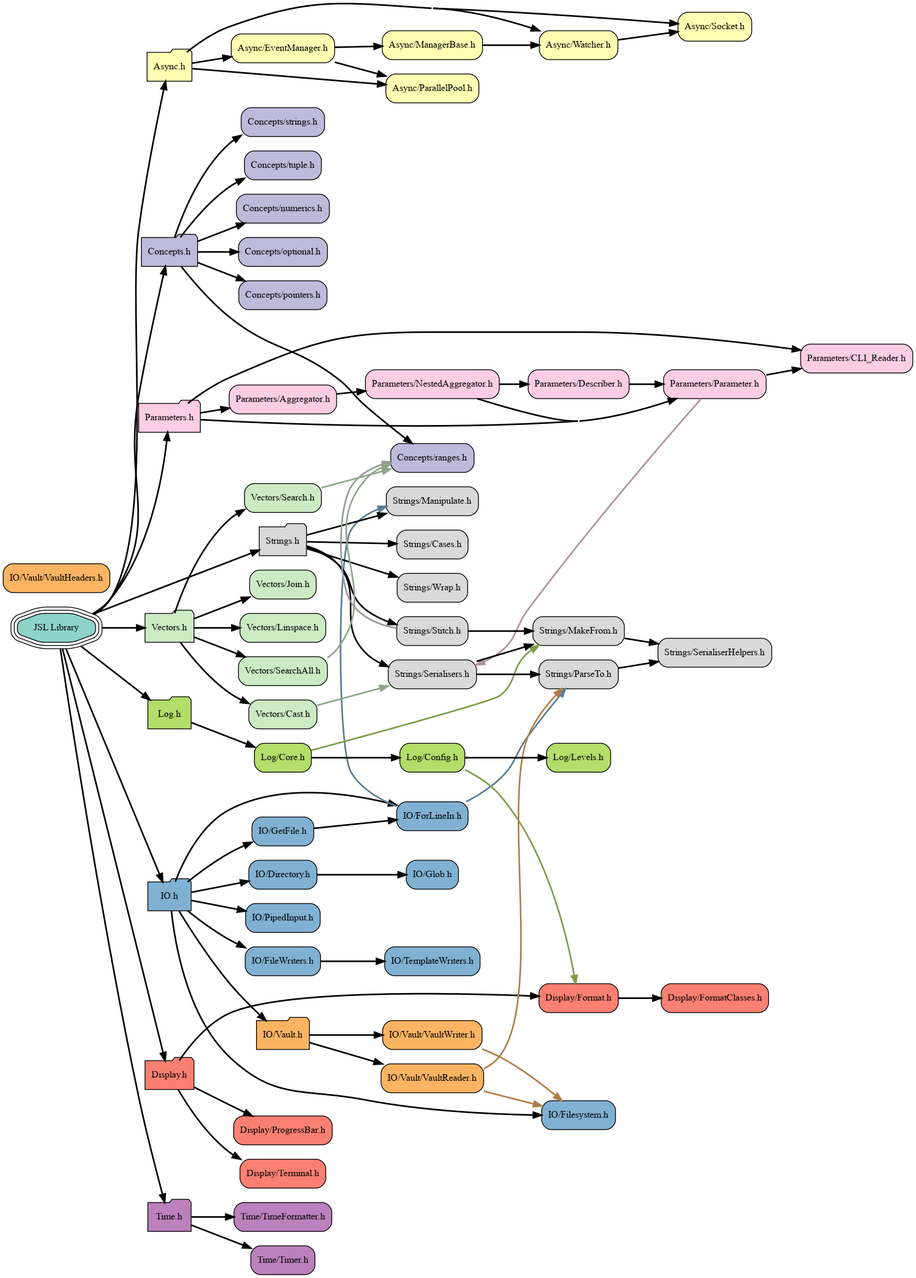
Above: docs/visualiser/heirarchy.png in DrFraserGovil/JSL (Graphviz), before the change. Its source is kept beside it as docs/visualiser/heirarchy.dot.
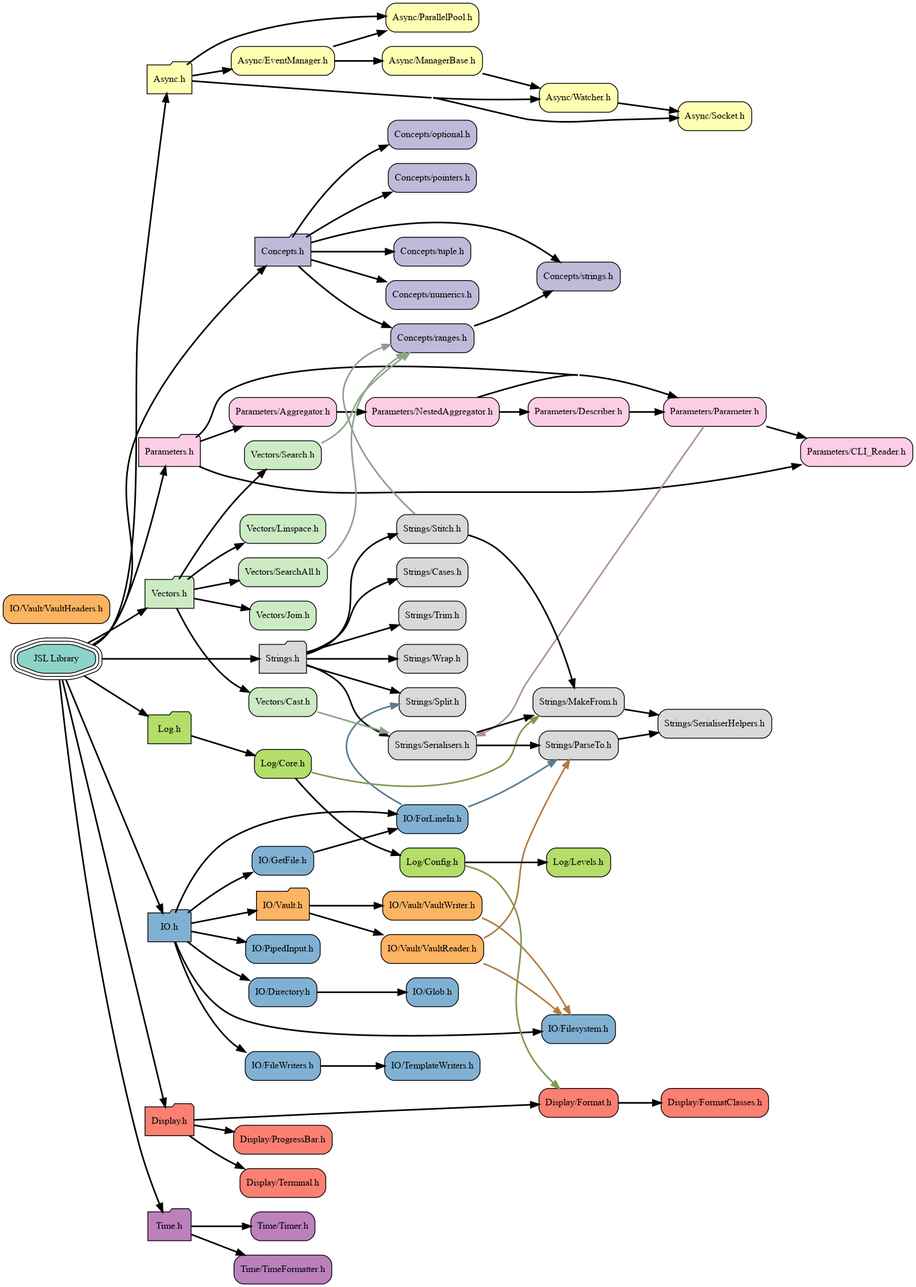
After the commit.

What changed in the source:
```diff
@@ -53,11 +53,12 @@
 	node[fillcolor="#d9d9d9", style="rounded,filled", shape=folder, color="black"] "Strings.h"                       [label="Strings.h"]
 	node[fillcolor="#d9d9d9", style="rounded,filled", shape=box, color="black"] "Strings/Cases.h"                 [label="Strings/Cases.h"]
 	node[fillcolor="#d9d9d9", style="rounded,filled", shape=box, color="black"] "Strings/MakeFrom.h"              [label="Strings/MakeFrom.h"]
-	node[fillcolor="#d9d9d9", style="rounded,filled", shape=box, color="black"] "Strings/Manipulate.h"            [label="Strings/Manipulate.h"]
 	node[fillcolor="#d9d9d9", style="rounded,filled", shape=box, color="black"] "Strings/ParseTo.h"               [label="Strings/ParseTo.h"]
 	node[fillcolor="#d9d9d9", style="rounded,filled", shape=box, color="black"] "Strings/SerialiserHelpers.h"     [label="Strings/SerialiserHelpers.h"]
 	node[fillcolor="#d9d9d9", style="rounded,filled", shape=box, color="black"] "Strings/Serialisers.h"           [label="Strings/Serialisers.h"]
+	node[fillcolor="#d9d9d9", style="rounded,filled", shape=box, color="black"] "Strings/Split.h"                 [label="Strings/Split.h"]
 	node[fillcolor="#d9d9d9", style="rounded,filled", shape=box, color="black"] "Strings/Stitch.h"                [label="Strings/Stitch.h"]
+	node[fillcolor="#d9d9d9", style="rounded,filled", shape=box, color="black"] "Strings/Trim.h"                  [label="Strings/Trim.h"]
 	node[fillcolor="#d9d9d9", style="rounded,filled", shape=box, color="black"] "Strings/Wrap.h"                  [label="Strings/Wrap.h"]
 	node[fillcolor="#bc80bd", style="rounded,filled", shape=folder, color="black"] "Time.h"                          [label="Time.h"]
 	node[fillcolor="#bc80bd", style="rounded,filled", shape=box, color="black"] "Time/TimeFormatter.h"            [label="Time/TimeFormatter.h"]
@@ -69,14 +70,14 @@
 	node[fillcolor="#ccebc5", style="rounded,filled", shape=box, color="black"] "Vectors/Search.h"                [label="Vectors/Search.h"]
 	node[fillcolor="#ccebc5", style="rounded,filled", shape=box, color="black"] "Vectors/SearchAll.h"             [label="Vectors/SearchAll.h"]
 	"JSL.h"                           -> "IO.h"[weight=10000,penwidth=2]
+	"JSL.h"                           -> "Log.h"[weight=10000,penwidth=2]
+	"JSL.h"                           -> "Time.h"[weight=10000,penwidth=2]
+	"JSL.h"                           -> "Async.h"[weight=10000,penwidth=2]
+	"JSL.h"                           -> "Vectors.h"[weight=10000,penwidth=2]
 	"JSL.h"                           -> "Strings.h"[weight=10000,penwidth=2]
-	"JSL.h"                           -> "Time.h"[weight=10000,penwidth=2]
 	"JSL.h"                           -> "Concepts.h"[weight=10000,penwidth=2]
 	"JSL.h"                           -> "Display.h"[weight=10000,penwidth=2]
-	"JSL.h"                           -> "Vectors.h"[weight=10000,penwidth=2]
 	"JSL.h"                           -> "Parameters.h"[weight=10000,penwidth=2]
-	"JSL.h"                           -> "Log.h"[weight=10000,penwidth=2]
-	"JSL.h"                           -> "Async.h"[weight=10000,penwidth=2]
 	"Async.h"                         -> "Async/Socket.h"[weight=10000,penwidth=2]
 	"Async.h"                         -> "Async/Watcher.h"[weight=10000,penwidth=2]
 	"Async.h"                         -> "Async/EventManager.h"[weight=10000,penwidth=2]
@@ -85,27 +86,28 @@
 	"Async/EventManager.h"            -> "Async/ParallelPool.h"[weight=10000,penwidth=2]
 	"Async/ManagerBase.h"             -> "Async/Watcher.h"[weight=10000,penwidth=2]
 	"Async/Watcher.h"                 -> "Async/Socket.h"[weight=10000,penwidth=2]
+	"Concepts.h"                      -> "Concepts/ranges.h"[weight=10000,penwidth=2]
+	"Concepts.h"                      -> "Concepts/pointers.h"[weight=10000,penwidth=2]
 	"Concepts.h"                      -> "Concepts/numerics.h"[weight=10000,penwidth=2]
+	"Concepts.h"                      -> "Concepts/optional.h"[weight=10000,penwidth=2]
 	"Concepts.h"                      -> "Concepts/strings.h"[weight=10000,penwidth=2]
-	"Concepts.h"                      -> "Concepts/optional.h"[weight=10000,penwidth=2]
 	"Concepts.h"                      -> "Concepts/tuple.h"[weight=10000,penwidth=2]
-	"Concepts.h"                      -> "Concepts/pointers.h"[weight=10000,penwidth=2]
-	"Concepts.h"                      -> "Concepts/ranges.h"[weight=10000,penwidth=2]
-	"Display.h"                       -> "Display/Terminal.h"[weight=10000,penwidth=2]
+	"Concepts/ranges.h"               -> "Concepts/strings.h"[weight=10000,penwidth=2]
 	"Display.h"                       -> "Display/ProgressBar.h"[weight=10000,penwidth=2]
 	"Display.h"                       -> "Display/Format.h"[weight=10000,penwidth=2]
+	"Display.h"                       -> "Display/Terminal.h"[weight=10000,penwidth=2]
 	"Display/Format.h"                -> "Display/FormatClasses.h"[weight=10000,penwidth=2]
+	"IO.h"                            -> "IO/ForLineIn.h"[weight=10000,penwidth=2]
+	"IO.h"                            -> "IO/FileWriters.h"[weight=10000,penwidth=2]
 	"IO.h"                            -> "IO/Directory.h"[weight=10000,penwidth=2]
-	"IO.h"                            -> "IO/ForLineIn.h"[weight=10000,penwidth=2]
+	"IO.h"                            -> "IO/Filesystem.h"[weight=10000,penwidth=2]
 	"IO.h"                            -> "IO/Vault.h"[weight=10000,penwidth=2]
-	"IO.h"                            -> "IO/Filesystem.h"[weight=10000,penwidth=2]
+	"IO.h"                            -> "IO/PipedInput.h"[weight=10000,penwidth=2]
 	"IO.h"                            -> "IO/GetFile.h"[weight=10000,penwidth=2]
-	"IO.h"                            -> "IO/PipedInput.h"[weight=10000,penwidth=2]
-	"IO.h"                            -> "IO/FileWriters.h"[weight=10000,penwidth=2]
 	"IO/Directory.h"                  -> "IO/Glob.h"[weight=10000,penwidth=2]
 	"IO/FileWriters.h"                -> "IO/TemplateWriters.h"[weight=10000,penwidth=2]
+	"IO/ForLineIn.h"                  -> "Strings/Split.h"[constraint=false,weight=0,penwidth=2,color="#597b93"]
 	"IO/ForLineIn.h"                  -> "Strings/ParseTo.h"[constraint=true,weight=0,penwidth=2,color="#597b93"]
-	"IO/ForLineIn.h"                  -> "Strings/Manipulate.h"[constraint=false,weight=0,penwidth=2,color="#597b93"]
 	"IO/GetFile.h"                    -> "IO/ForLineIn.h"[weight=10000,penwidth=2]
 	"IO/Vault.h"                      -> "IO/Vault/VaultWriter.h"[weight=10000,penwidth=2]
 	"IO/Vault.h"                      -> "IO/Vault/VaultReader.h"[weight=10000,penwidth=2]
@@ -113,13 +115,13 @@
 	"IO/Vault/VaultReader.h"          -> "IO/Filesystem.h"[constraint=true,weight=0,penwidth=2,color="#b17d44"]
 	"IO/Vault/VaultWriter.h"          -> "IO/Filesystem.h"[constraint=true,weight=0,penwidth=2,color="#b17d44"]
 	"Log.h"                           -> "Log/Core.h"[weight=10000,penwidth=2]
+	"Log/Config.h"                    -> "Log/Levels.h"[weight=10000,penwidth=2]
 	"Log/Config.h"                    -> "Display/Format.h"[constraint=true,weight=0,penwidth=2,color="#7d9b49"]
-	"Log/Config.h"                    -> "Log/Levels.h"[weight=10000,penwidth=2]
+	"Log/Core.h"                      -> "Log/Config.h"[weight=10000,penwidth=2]
 	"Log/Core.h"                      -> "Strings/MakeFrom.h"[constraint=true,weight=0,penwidth=2,color="#7d9b49"]
-	"Log/Core.h"                      -> "Log/Config.h"[weight=10000,penwidth=2]
-	"Parameters.h"                    -> "Parameters/Parameter.h"[weight=10000,penwidth=2]
 	"Parameters.h"                    -> "Parameters/Aggregator.h"[weight=10000,penwidth=2]
 	"Parameters.h"                    -> "Parameters/CLI_Reader.h"[weight=10000,penwidth=2]
+	"Parameters.h"                    -> "Parameters/Parameter.h"[weight=10000,penwidth=2]
 	"Parameters/Aggregator.h"         -> "Parameters/NestedAggregator.h"[weight=10000,penwidth=2]
 	"Parameters/Describer.h"          -> "Parameters/Parameter.h"[weight=10000,penwidth=2]
 	"Parameters/NestedAggregator.h"   -> "Parameters/Parameter.h"[weight=10000,penwidth=2]
@@ -128,15 +130,16 @@
 	"Parameters/Parameter.h"          -> "Strings/Serialisers.h"[constraint=false,weight=0,penwidth=2,color="#b08fa0"]
 	"Strings.h"                       -> "Strings/Serialisers.h"[weight=10000,penwidth=2]
 	"Strings.h"                       -> "Strings/Cases.h"[weight=10000,penwidth=2]
-	"Strings.h"                       -> "Strings/Manipulate.h"[weight=10000,penwidth=2]
+	"Strings.h"                       -> "Strings/Split.h"[weight=10000,penwidth=2]
 	"Strings.h"                       -> "Strings/Stitch.h"[weight=10000,penwidth=2]
+	"Strings.h"                       -> "Strings/Trim.h"[weight=10000,penwidth=2]
 	"Strings.h"                       -> "Strings/Wrap.h"[weight=10000,penwidth=2]
 	"Strings/MakeFrom.h"              -> "Strings/SerialiserHelpers.h"[weight=10000,penwidth=2]
 	"Strings/ParseTo.h"               -> "Strings/SerialiserHelpers.h"[weight=10000,penwidth=2]
+	"Strings/Serialisers.h"           -> "Strings/ParseTo.h"[weight=10000,penwidth=2]
 	"Strings/Serialisers.h"           -> "Strings/MakeFrom.h"[weight=10000,penwidth=2]
-	"Strings/Serialisers.h"           -> "Strings/ParseTo.h"[weight=10000,penwidth=2]
+	"Strings/Stitch.h"                -> "Concepts/ranges.h"[constraint=false,weight=0,penwidth=2,color="#979797"]
 	"Strings/Stitch.h"                -> "Strings/MakeFrom.h"[weight=10000,penwidth=2]
-	"Strings/Stitch.h"                -> "Concepts/ranges.h"[constraint=false,weight=0,penwidth=2,color="#979797"]
 	"Time.h"                          -> "Time/Timer.h"[weight=10000,penwidth=2]
 	"Time.h"                          -> "Time/TimeFormatter.h"[weight=10000,penwidth=2]
 	"Vectors.h"                       -> "Vectors/Cast.h"[weight=10000,penwidth=2]
```
